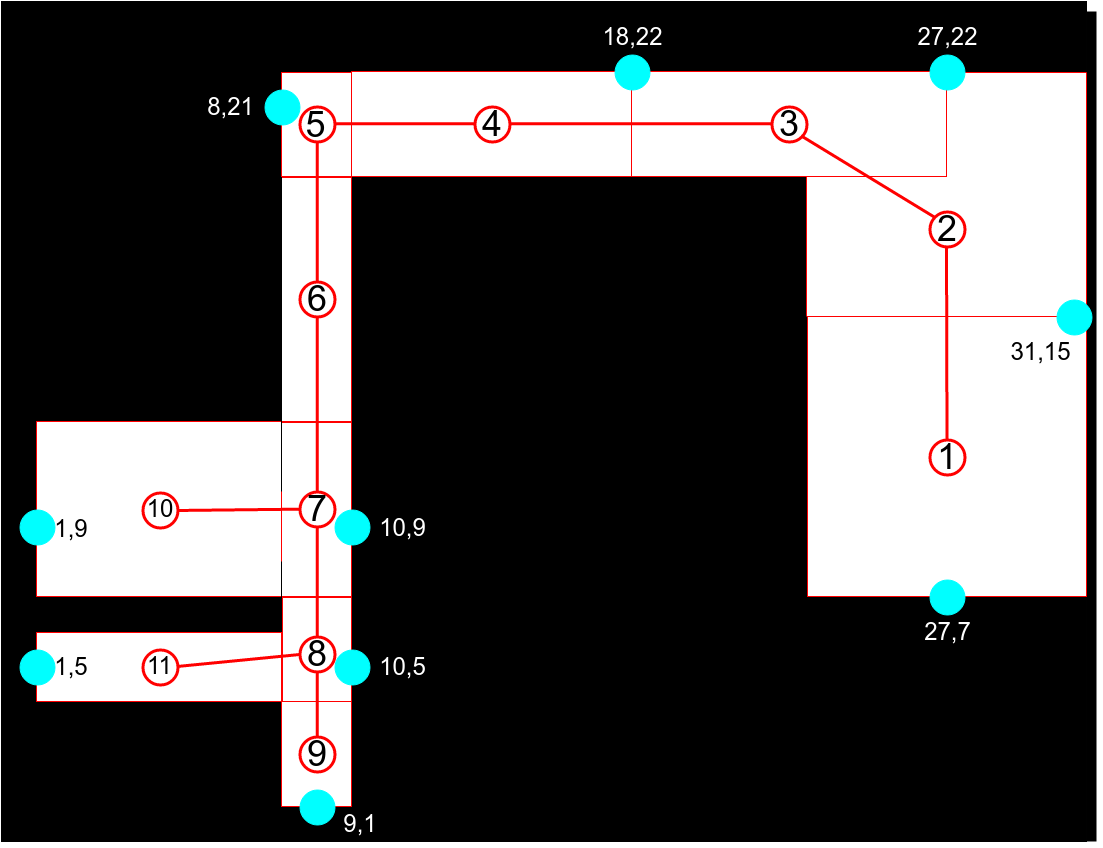
Above: docs/eb2.png in mchill/beacon-bone (draw.io), before the change. Source tidied: cells renumbered, new cells last; positions are measured from the earlier drawing's top-left corner, leaving out a move shared by most shapes.
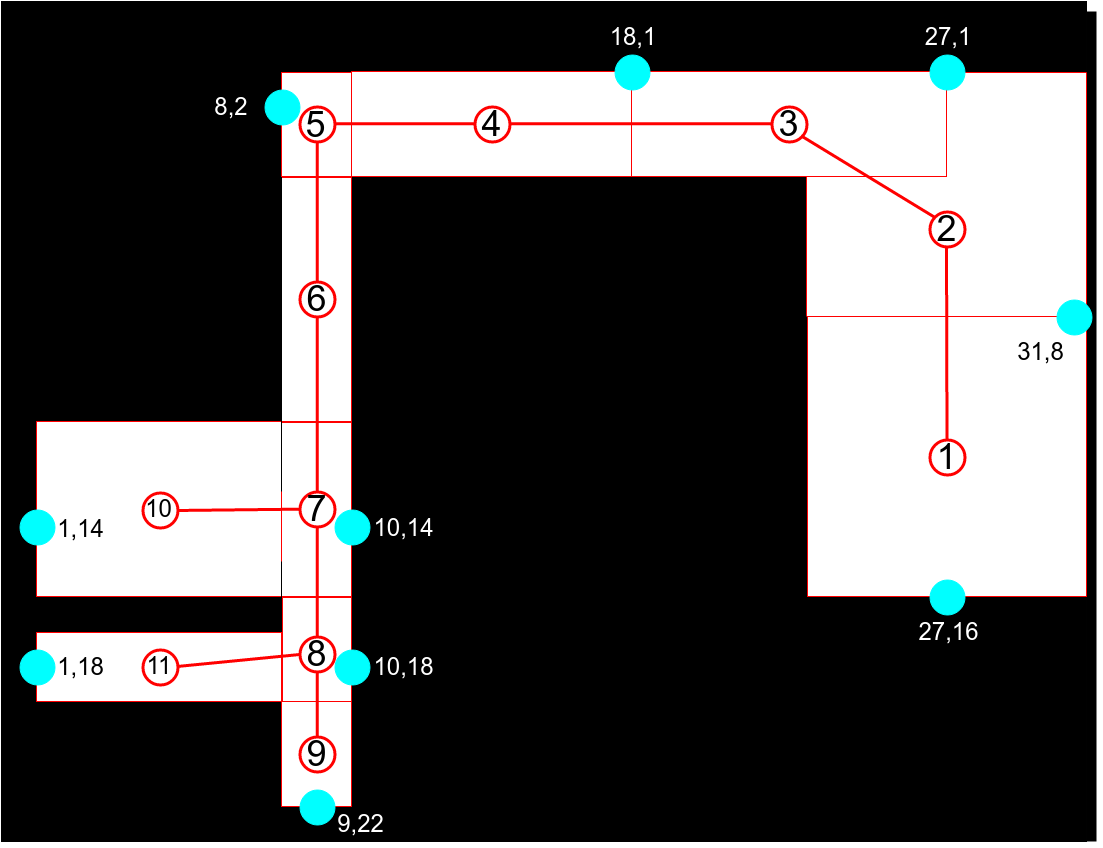
After the change.

Change to the diagram source:
```diff
@@ -209,34 +209,34 @@
     <mxCell id="70" style="ellipse;whiteSpace=wrap;html=1;strokeColor=#00FFFF;strokeWidth=1;fillColor=#00FFFF;perimeterSpacing=0;" parent="1" vertex="1">
       <mxGeometry x="1055" y="298" width="35" height="35" as="geometry" />
     </mxCell>
-    <mxCell id="71" value="&lt;font style=&quot;font-size: 24px&quot;&gt;9,1&lt;/font&gt;" style="text;html=1;strokeColor=none;fillColor=none;align=center;verticalAlign=middle;whiteSpace=wrap;overflow=hidden;fontColor=#FFFFFF;" parent="1" vertex="1">
+    <mxCell id="71" value="&lt;font style=&quot;font-size: 24px&quot;&gt;9,22&lt;/font&gt;" style="text;html=1;strokeColor=none;fillColor=none;align=center;verticalAlign=middle;whiteSpace=wrap;overflow=hidden;fontColor=#FFFFFF;" parent="1" vertex="1">
       <mxGeometry x="333" y="805" width="52" height="35" as="geometry" />
     </mxCell>
-    <mxCell id="72" value="&lt;font style=&quot;font-size: 24px&quot;&gt;10,5&lt;/font&gt;" style="text;html=1;strokeColor=none;fillColor=none;align=center;verticalAlign=middle;whiteSpace=wrap;overflow=hidden;fontColor=#FFFFFF;" parent="1" vertex="1">
+    <mxCell id="72" value="&lt;font style=&quot;font-size: 24px&quot;&gt;10,18&lt;/font&gt;" style="text;html=1;strokeColor=none;fillColor=none;align=center;verticalAlign=middle;whiteSpace=wrap;overflow=hidden;fontColor=#FFFFFF;" parent="1" vertex="1">
       <mxGeometry x="368" y="648" width="67" height="35" as="geometry" />
     </mxCell>
-    <mxCell id="73" value="&lt;font style=&quot;font-size: 24px&quot;&gt;10,9&lt;/font&gt;" style="text;html=1;strokeColor=none;fillColor=none;align=center;verticalAlign=middle;whiteSpace=wrap;overflow=hidden;fontColor=#FFFFFF;" parent="1" vertex="1">
+    <mxCell id="73" value="&lt;font style=&quot;font-size: 24px&quot;&gt;10,14&lt;/font&gt;" style="text;html=1;strokeColor=none;fillColor=none;align=center;verticalAlign=middle;whiteSpace=wrap;overflow=hidden;fontColor=#FFFFFF;" parent="1" vertex="1">
       <mxGeometry x="368" y="509" width="67" height="35" as="geometry" />
     </mxCell>
-    <mxCell id="74" value="&lt;font style=&quot;font-size: 24px&quot;&gt;1,9&lt;/font&gt;" style="text;html=1;strokeColor=none;fillColor=none;align=center;verticalAlign=middle;whiteSpace=wrap;overflow=hidden;fontColor=#000000;" parent="1" vertex="1">
-      <mxGeometry x="53" y="510" width="34" height="35" as="geometry" />
+    <mxCell id="74" value="&lt;font style=&quot;font-size: 24px&quot;&gt;1,14&lt;/font&gt;" style="text;html=1;strokeColor=none;fillColor=none;align=center;verticalAlign=middle;whiteSpace=wrap;overflow=hidden;fontColor=#000000;" parent="1" vertex="1">
+      <mxGeometry x="53" y="510" width="52" height="35" as="geometry" />
     </mxCell>
-    <mxCell id="75" value="&lt;font style=&quot;font-size: 24px&quot;&gt;1,5&lt;/font&gt;" style="text;html=1;strokeColor=none;fillColor=none;align=center;verticalAlign=middle;whiteSpace=wrap;overflow=hidden;fontColor=#000000;" parent="1" vertex="1">
-      <mxGeometry x="53" y="648" width="34" height="35" as="geometry" />
+    <mxCell id="75" value="&lt;font style=&quot;font-size: 24px&quot;&gt;1,18&lt;/font&gt;" style="text;html=1;strokeColor=none;fillColor=none;align=center;verticalAlign=middle;whiteSpace=wrap;overflow=hidden;fontColor=#000000;" parent="1" vertex="1">
+      <mxGeometry x="53" y="648" width="52" height="35" as="geometry" />
     </mxCell>
-    <mxCell id="76" value="&lt;font style=&quot;font-size: 24px&quot;&gt;8,21&lt;/font&gt;" style="text;html=1;strokeColor=none;fillColor=none;align=center;verticalAlign=middle;whiteSpace=wrap;overflow=hidden;fontColor=#FFFFFF;" parent="1" vertex="1">
+    <mxCell id="76" value="&lt;font style=&quot;font-size: 24px&quot;&gt;8,2&lt;/font&gt;" style="text;html=1;strokeColor=none;fillColor=none;align=center;verticalAlign=middle;whiteSpace=wrap;overflow=hidden;fontColor=#FFFFFF;" parent="1" vertex="1">
       <mxGeometry x="196" y="88" width="67" height="35" as="geometry" />
     </mxCell>
-    <mxCell id="77" value="&lt;font style=&quot;font-size: 24px&quot;&gt;18,22&lt;/font&gt;" style="text;html=1;strokeColor=none;fillColor=none;align=center;verticalAlign=middle;whiteSpace=wrap;overflow=hidden;fontColor=#FFFFFF;" parent="1" vertex="1">
+    <mxCell id="77" value="&lt;font style=&quot;font-size: 24px&quot;&gt;18,1&lt;/font&gt;" style="text;html=1;strokeColor=none;fillColor=none;align=center;verticalAlign=middle;whiteSpace=wrap;overflow=hidden;fontColor=#FFFFFF;" parent="1" vertex="1">
       <mxGeometry x="597" y="18" width="67" height="35" as="geometry" />
     </mxCell>
-    <mxCell id="78" value="&lt;font style=&quot;font-size: 24px&quot;&gt;27,22&lt;/font&gt;" style="text;html=1;strokeColor=none;fillColor=none;align=center;verticalAlign=middle;whiteSpace=wrap;overflow=hidden;fontColor=#FFFFFF;" parent="1" vertex="1">
+    <mxCell id="78" value="&lt;font style=&quot;font-size: 24px&quot;&gt;27,1&lt;/font&gt;" style="text;html=1;strokeColor=none;fillColor=none;align=center;verticalAlign=middle;whiteSpace=wrap;overflow=hidden;fontColor=#FFFFFF;" parent="1" vertex="1">
       <mxGeometry x="912" y="18" width="67" height="35" as="geometry" />
     </mxCell>
-    <mxCell id="79" value="&lt;font style=&quot;font-size: 24px&quot;&gt;27,7&lt;/font&gt;" style="text;html=1;strokeColor=none;fillColor=none;align=center;verticalAlign=middle;whiteSpace=wrap;overflow=hidden;fontColor=#FFFFFF;" parent="1" vertex="1">
+    <mxCell id="79" value="&lt;font style=&quot;font-size: 24px&quot;&gt;27,16&lt;/font&gt;" style="text;html=1;strokeColor=none;fillColor=none;align=center;verticalAlign=middle;whiteSpace=wrap;overflow=hidden;fontColor=#FFFFFF;" parent="1" vertex="1">
       <mxGeometry x="913" y="613" width="67" height="35" as="geometry" />
     </mxCell>
-    <mxCell id="80" value="&lt;font style=&quot;font-size: 24px&quot;&gt;31,15&lt;/font&gt;" style="text;html=1;strokeColor=none;fillColor=none;align=center;verticalAlign=middle;whiteSpace=wrap;overflow=hidden;fontColor=#000000;" parent="1" vertex="1">
+    <mxCell id="80" value="&lt;font style=&quot;font-size: 24px&quot;&gt;31,8&lt;/font&gt;" style="text;html=1;strokeColor=none;fillColor=none;align=center;verticalAlign=middle;whiteSpace=wrap;overflow=hidden;fontColor=#000000;" parent="1" vertex="1">
       <mxGeometry x="993" y="333" width="92" height="35" as="geometry" />
     </mxCell>
   </root>
```
